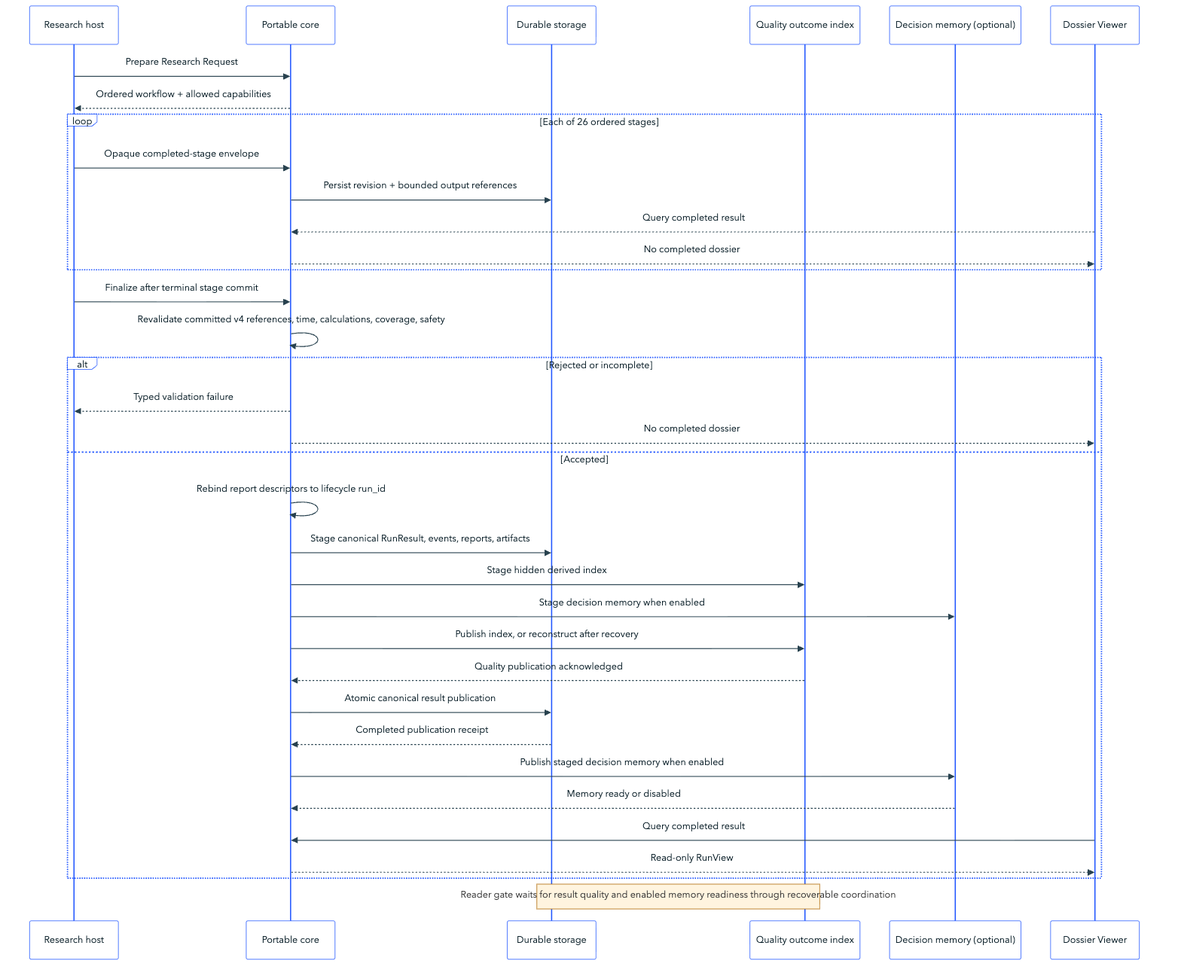
Earlier version of the Mermaid export assets/architecture/completed-publication.png (harshitagarwal2/StockResearchAgents). Its source is kept beside it as docs/diagrams/completed-publication.mmd.
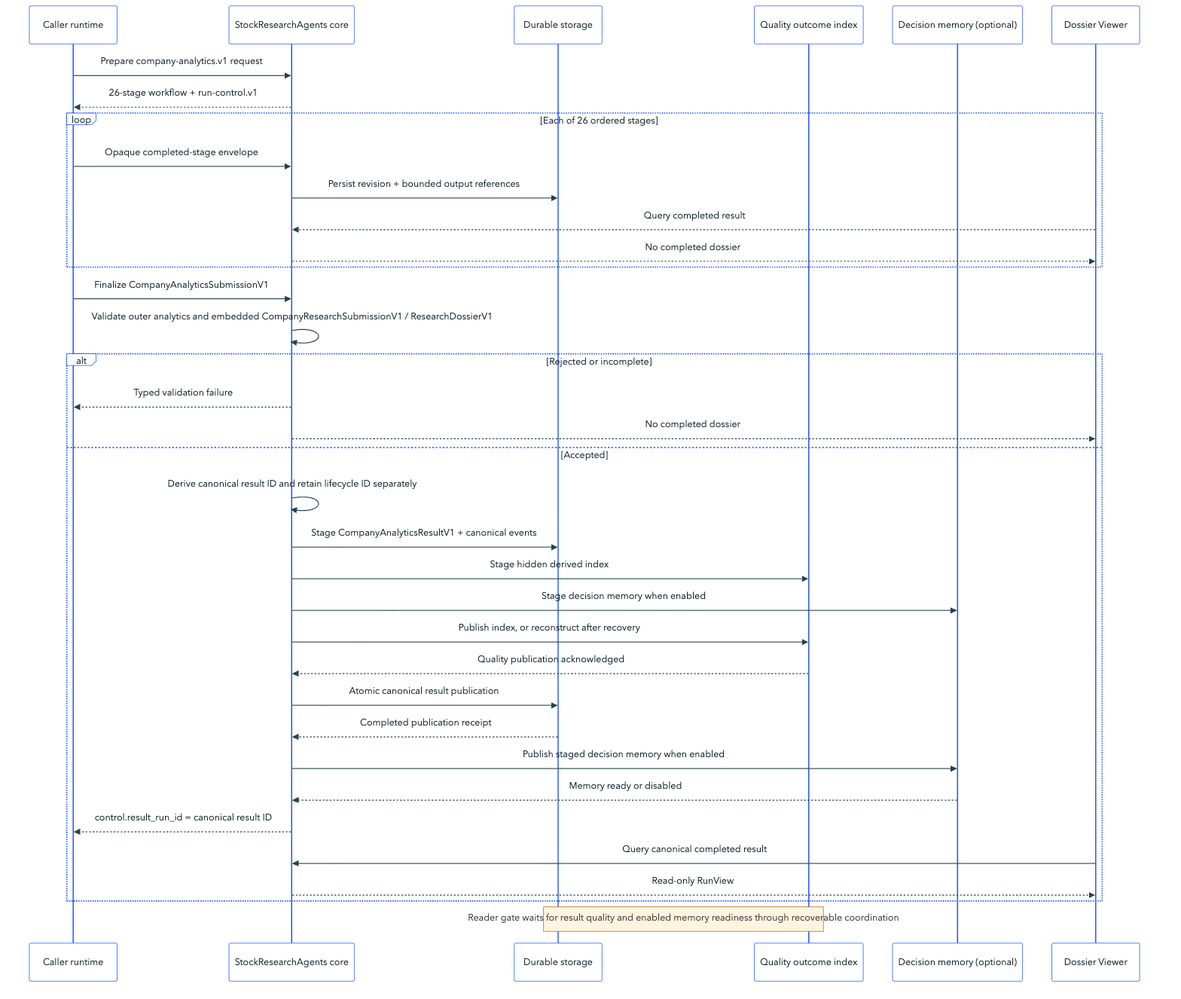
Later version of the same file.

Change to the diagram source:
```diff
@@ -1,31 +1,31 @@
 %%{init: {"theme":"base","fontFamily":"Avenir Next, Segoe UI, sans-serif","themeVariables":{"fontFamily":"Avenir Next, Segoe UI, sans-serif","primaryColor":"#eef3ff","primaryTextColor":"#071c26","primaryBorderColor":"#2257ff","lineColor":"#516a75","secondaryColor":"#e5f7f5","tertiaryColor":"#fff4df","background":"#f5f8f9","actorBkg":"#ffffff","actorBorder":"#2257ff","actorTextColor":"#071c26","signalColor":"#28424f","signalTextColor":"#071c26","noteBkgColor":"#fff4df","noteBorderColor":"#ad6500"}}}%%
 sequenceDiagram
   accTitle: Completed-only publication sequence
-  accDescr: A host commits all 26 ordered stages, including the terminal v4 payload, before explicit finalization. StockResearchAgents stages authoritative RunResult artifacts, the recoverable quality index, and optional decision memory; it publishes quality before the canonical result and completes enabled memory publication before readers open. The viewer remains empty until every required publication is ready.
+  accDescr: A caller runtime commits all 26 ordered stages, including the terminal analytics payload, before explicit finalization. StockResearchAgents stages the strict CompanyAnalyticsResultV1 with its exact submission and seven authoritative artifacts, while the lifecycle retains a separate control ID and exposes the canonical result ID through result_run_id. The viewer remains empty until required publication state is ready.
 
-  participant H as Research host
-  participant P as Portable core
+  participant H as Caller runtime
+  participant P as StockResearchAgents core
   participant S as Durable storage
   participant Q as Quality outcome index
   participant M as Decision memory (optional)
   participant V as Dossier Viewer
 
-  H->>P: Prepare Research Request
-  P-->>H: Ordered workflow + allowed capabilities
+  H->>P: Prepare company-analytics.v1 request
+  P-->>H: 26-stage workflow + run-control.v1
   loop Each of 26 ordered stages
     H->>P: Opaque completed-stage envelope
     P->>S: Persist revision + bounded output references
     V-->>P: Query completed result
     P-->>V: No completed dossier
   end
-  H->>P: Finalize after terminal stage commit
-  P->>P: Revalidate committed v4 references, time, calculations, coverage, safety
+  H->>P: Finalize CompanyAnalyticsSubmissionV1
+  P->>P: Validate outer analytics and embedded CompanyResearchSubmissionV1 / ResearchDossierV1
   alt Rejected or incomplete
     P-->>H: Typed validation failure
     P-->>V: No completed dossier
   else Accepted
-    P->>P: Rebind report descriptors to lifecycle run_id
-    P->>S: Stage canonical RunResult, events, reports, artifacts
+    P->>P: Derive canonical result ID and retain lifecycle ID separately
+    P->>S: Stage CompanyAnalyticsResultV1 + canonical events
     P->>Q: Stage hidden derived index
     P->>M: Stage decision memory when enabled
     P->>Q: Publish index, or reconstruct after recovery
@@ -34,7 +34,8 @@
     S-->>P: Completed publication receipt
     P->>M: Publish staged decision memory when enabled
     M-->>P: Memory ready or disabled
-    V->>P: Query completed result
+    P-->>H: control.result_run_id = canonical result ID
+    V->>P: Query canonical completed result
     P-->>V: Read-only RunView
   end
 
```
